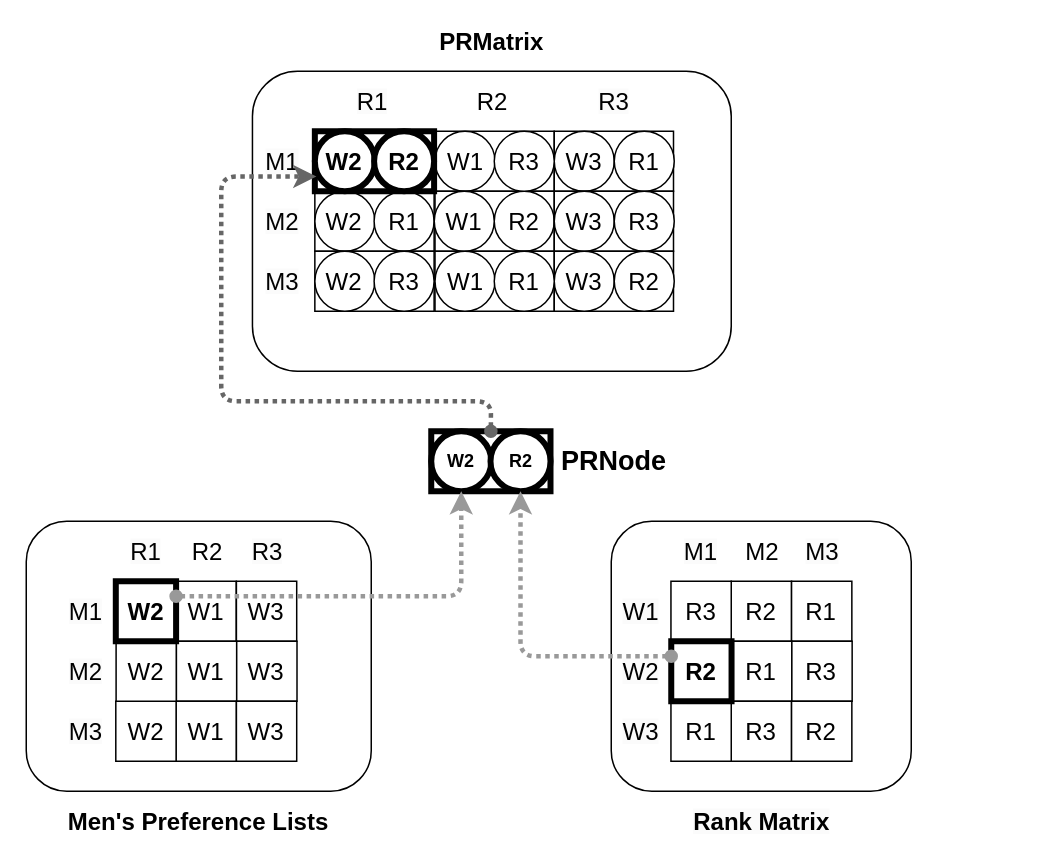
This is newPRMatrix.drawio from victorliu-sq/BambooSMP-Figures, a draw.io file, before an edit. Source tidied: cells renumbered, new cells numbered last; positions are measured from the earlier drawing's top-left corner, leaving out a move shared by most shapes. Both pictures are drawn from the tidied source at 150%, with x=0, y=0 at pixel (26, 26).
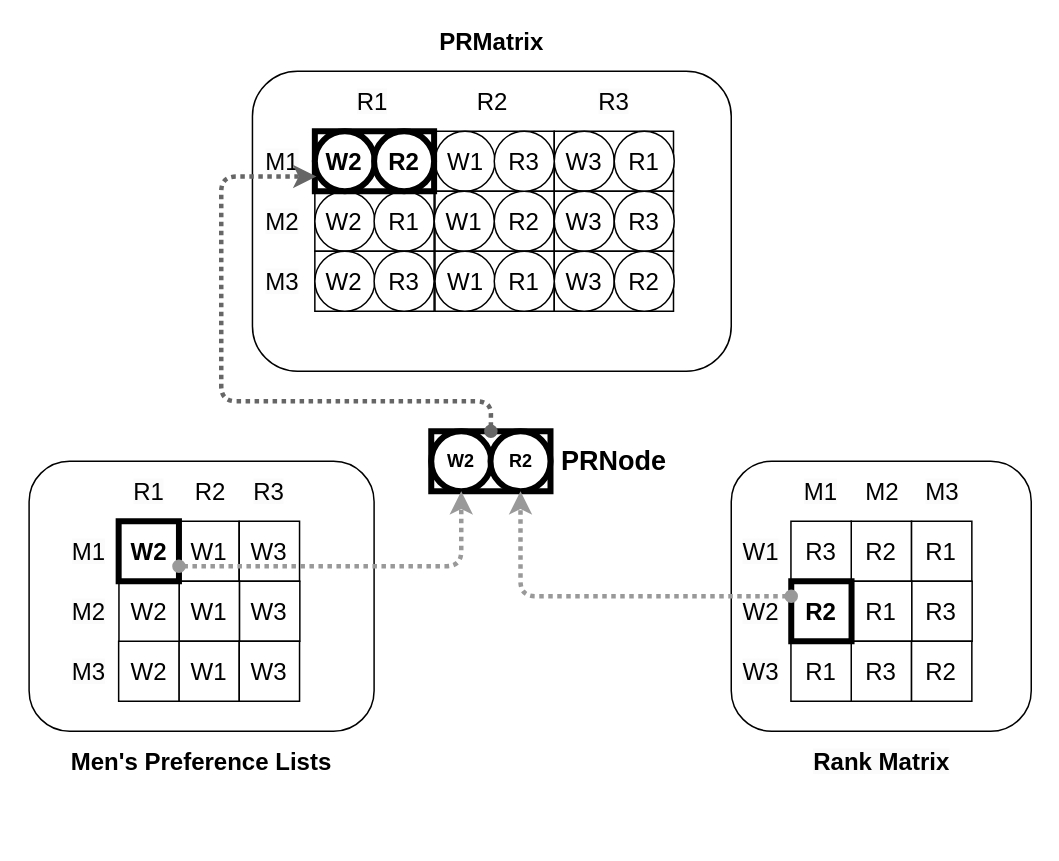
The same diagram, later.

The change refers to these unchanged cells:
```xml
<mxCell id="38" value="&lt;b&gt;W2&lt;/b&gt;" style="ellipse;whiteSpace=wrap;html=1;strokeWidth=4;" parent="1" vertex="1">
  <mxGeometry x="270" y="270" width="40" height="40" as="geometry" />
</mxCell>
<mxCell id="39" value="&lt;b&gt;R2&lt;/b&gt;" style="ellipse;whiteSpace=wrap;html=1;strokeWidth=4;" parent="1" vertex="1">
  <mxGeometry x="309.5" y="270" width="40" height="40" as="geometry" />
</mxCell>
```

Diff of the diagram source:
```diff
@@
     <mxCell id="2" style="rounded=1;whiteSpace=wrap;html=1;" parent="1" vertex="1">
-      <mxGeometry y="330" width="230" height="180" as="geometry" />
+      <mxGeometry x="1.9" y="290" width="230" height="180" as="geometry" />
     </mxCell>
     <mxCell id="3" style="rounded=1;whiteSpace=wrap;html=1;" parent="1" vertex="1">
-      <mxGeometry x="390" y="330" width="200" height="180" as="geometry" />
+      <mxGeometry x="470" y="290" width="200" height="180" as="geometry" />
     </mxCell>
@@
     <mxCell id="5" value="R2" style="rounded=0;whiteSpace=wrap;html=1;fontSize=16;" parent="1" vertex="1">
-      <mxGeometry x="470" y="370" width="40.2" height="40" as="geometry" />
+      <mxGeometry x="550" y="330" width="40.2" height="40" as="geometry" />
     </mxCell>
     <mxCell id="6" value="R1" style="rounded=0;whiteSpace=wrap;html=1;fontSize=16;" parent="1" vertex="1">
-      <mxGeometry x="510.2" y="370" width="40.2" height="40" as="geometry" />
+      <mxGeometry x="590.2" y="330" width="40.2" height="40" as="geometry" />
     </mxCell>
     <mxCell id="7" value="R1" style="rounded=0;whiteSpace=wrap;html=1;fontSize=16;" parent="1" vertex="1">
-      <mxGeometry x="470.2" y="410" width="40.2" height="40" as="geometry" />
+      <mxGeometry x="550.2" y="370" width="40.2" height="40" as="geometry" />
     </mxCell>
     <mxCell id="8" value="R3" style="rounded=0;whiteSpace=wrap;html=1;fontSize=16;" parent="1" vertex="1">
-      <mxGeometry x="510.4" y="410" width="40.2" height="40" as="geometry" />
+      <mxGeometry x="590.4" y="370" width="40.2" height="40" as="geometry" />
     </mxCell>
     <mxCell id="9" value="R3" style="rounded=0;whiteSpace=wrap;html=1;fontSize=16;" parent="1" vertex="1">
-      <mxGeometry x="470" y="450" width="40.2" height="40" as="geometry" />
+      <mxGeometry x="550" y="410" width="40.2" height="40" as="geometry" />
     </mxCell>
     <mxCell id="10" value="R2" style="rounded=0;whiteSpace=wrap;html=1;fontSize=16;" parent="1" vertex="1">
-      <mxGeometry x="510.2" y="450" width="40.2" height="40" as="geometry" />
+      <mxGeometry x="590.2" y="410" width="40.2" height="40" as="geometry" />
     </mxCell>
     <mxCell id="11" value="R1" style="rounded=0;whiteSpace=wrap;html=1;strokeWidth=1;fontSize=16;" parent="1" vertex="1">
-      <mxGeometry x="429.8" y="450" width="40.2" height="40" as="geometry" />
+      <mxGeometry x="509.8" y="410" width="40.2" height="40" as="geometry" />
     </mxCell>
     <mxCell id="12" value="R3" style="rounded=0;whiteSpace=wrap;html=1;strokeWidth=1;fontSize=16;" parent="1" vertex="1">
-      <mxGeometry x="429.8" y="370" width="40.2" height="40" as="geometry" />
+      <mxGeometry x="509.8" y="330" width="40.2" height="40" as="geometry" />
     </mxCell>
     <mxCell id="13" value="&lt;span style=&quot;color: rgb(0, 0, 0); font-family: Helvetica; font-size: 16px; font-style: normal; font-variant-ligatures: normal; font-variant-caps: normal; letter-spacing: normal; orphans: 2; text-indent: 0px; text-transform: none; widows: 2; word-spacing: 0px; -webkit-text-stroke-width: 0px; white-space: nowrap; background-color: rgb(251, 251, 251); text-decoration-thickness: initial; text-decoration-style: initial; text-decoration-color: initial; float: none; display: inline !important;&quot;&gt;Rank Matrix&lt;/span&gt;" style="text;whiteSpace=wrap;html=1;align=center;strokeColor=none;verticalAlign=middle;strokeWidth=0;fontSize=16;fontStyle=1;" parent="1" vertex="1">
-      <mxGeometry x="451.1" y="520" width="79.2" height="20" as="geometry" />
+      <mxGeometry x="531.1" y="480" width="79.2" height="20" as="geometry" />
     </mxCell>
     <mxCell id="14" value="&lt;span style=&quot;color: rgb(0, 0, 0); font-family: Helvetica; font-size: 16px; font-style: normal; font-variant-ligatures: normal; font-variant-caps: normal; font-weight: 400; letter-spacing: normal; orphans: 2; text-indent: 0px; text-transform: none; widows: 2; word-spacing: 0px; -webkit-text-stroke-width: 0px; white-space: normal; background-color: rgb(251, 251, 251); text-decoration-thickness: initial; text-decoration-style: initial; text-decoration-color: initial; float: none; display: inline !important;&quot;&gt;W1&lt;/span&gt;" style="text;whiteSpace=wrap;html=1;align=center;verticalAlign=middle;fontSize=16;" parent="1" vertex="1">
-      <mxGeometry x="390" y="370" width="40" height="40" as="geometry" />
+      <mxGeometry x="470" y="330" width="40" height="40" as="geometry" />
     </mxCell>
     <mxCell id="15" value="&lt;span style=&quot;color: rgb(0, 0, 0); font-family: Helvetica; font-size: 16px; font-style: normal; font-variant-ligatures: normal; font-variant-caps: normal; font-weight: 400; letter-spacing: normal; orphans: 2; text-indent: 0px; text-transform: none; widows: 2; word-spacing: 0px; -webkit-text-stroke-width: 0px; white-space: normal; background-color: rgb(251, 251, 251); text-decoration-thickness: initial; text-decoration-style: initial; text-decoration-color: initial; float: none; display: inline !important;&quot;&gt;W2&lt;/span&gt;" style="text;whiteSpace=wrap;html=1;align=center;verticalAlign=middle;fontSize=16;" parent="1" vertex="1">
-      <mxGeometry x="390" y="410" width="40" height="40" as="geometry" />
+      <mxGeometry x="470" y="370" width="40" height="40" as="geometry" />
     </mxCell>
     <mxCell id="16" value="&lt;span style=&quot;color: rgb(0, 0, 0); font-family: Helvetica; font-size: 16px; font-style: normal; font-variant-ligatures: normal; font-variant-caps: normal; font-weight: 400; letter-spacing: normal; orphans: 2; text-indent: 0px; text-transform: none; widows: 2; word-spacing: 0px; -webkit-text-stroke-width: 0px; white-space: normal; background-color: rgb(251, 251, 251); text-decoration-thickness: initial; text-decoration-style: initial; text-decoration-color: initial; float: none; display: inline !important;&quot;&gt;W3&lt;/span&gt;" style="text;whiteSpace=wrap;html=1;align=center;verticalAlign=middle;fontSize=16;" parent="1" vertex="1">
-      <mxGeometry x="390" y="450" width="40" height="40" as="geometry" />
+      <mxGeometry x="470" y="410" width="40" height="40" as="geometry" />
     </mxCell>
     <mxCell id="17" value="&lt;span style=&quot;color: rgb(0, 0, 0); font-family: Helvetica; font-size: 16px; font-style: normal; font-variant-ligatures: normal; font-variant-caps: normal; font-weight: 400; letter-spacing: normal; orphans: 2; text-indent: 0px; text-transform: none; widows: 2; word-spacing: 0px; -webkit-text-stroke-width: 0px; white-space: normal; background-color: rgb(251, 251, 251); text-decoration-thickness: initial; text-decoration-style: initial; text-decoration-color: initial; float: none; display: inline !important;&quot;&gt;M1&lt;/span&gt;" style="text;whiteSpace=wrap;html=1;align=center;verticalAlign=middle;fontSize=16;" parent="1" vertex="1">
-      <mxGeometry x="430.2" y="330" width="40" height="40" as="geometry" />
+      <mxGeometry x="510.2" y="290" width="40" height="40" as="geometry" />
     </mxCell>
     <mxCell id="18" value="M2" style="text;whiteSpace=wrap;html=1;align=center;verticalAlign=middle;fontSize=16;" parent="1" vertex="1">
-      <mxGeometry x="470.8" y="330" width="40" height="40" as="geometry" />
+      <mxGeometry x="550.8" y="290" width="40" height="40" as="geometry" />
     </mxCell>
     <mxCell id="19" value="&lt;span style=&quot;color: rgb(0, 0, 0); font-family: Helvetica; font-size: 16px; font-style: normal; font-variant-ligatures: normal; font-variant-caps: normal; font-weight: 400; letter-spacing: normal; orphans: 2; text-indent: 0px; text-transform: none; widows: 2; word-spacing: 0px; -webkit-text-stroke-width: 0px; white-space: normal; background-color: rgb(251, 251, 251); text-decoration-thickness: initial; text-decoration-style: initial; text-decoration-color: initial; float: none; display: inline !important;&quot;&gt;M3&lt;/span&gt;" style="text;whiteSpace=wrap;html=1;align=center;verticalAlign=middle;fontSize=16;" parent="1" vertex="1">
-      <mxGeometry x="510.6" y="330" width="40" height="40" as="geometry" />
+      <mxGeometry x="590.6" y="290" width="40" height="40" as="geometry" />
     </mxCell>
     <mxCell id="20" value="&lt;b style=&quot;font-size: 16px;&quot;&gt;R2&lt;/b&gt;" style="rounded=0;whiteSpace=wrap;html=1;strokeWidth=4;fontSize=16;" parent="1" vertex="1">
-      <mxGeometry x="430" y="410" width="40.2" height="40" as="geometry" />
+      <mxGeometry x="510" y="370" width="40.2" height="40" as="geometry" />
     </mxCell>
     <mxCell id="21" value="W1" style="rounded=0;whiteSpace=wrap;html=1;fontSize=16;" parent="1" vertex="1">
-      <mxGeometry x="99.9" y="370" width="40.1" height="40" as="geometry" />
+      <mxGeometry x="101.8" y="330" width="40.1" height="40" as="geometry" />
     </mxCell>
     <mxCell id="22" value="W3" style="rounded=0;whiteSpace=wrap;html=1;fontSize=16;" parent="1" vertex="1">
-      <mxGeometry x="140.1" y="370" width="40.2" height="40" as="geometry" />
+      <mxGeometry x="142" y="330" width="40.2" height="40" as="geometry" />
     </mxCell>
     <mxCell id="23" value="W1" style="rounded=0;whiteSpace=wrap;html=1;fontSize=16;" parent="1" vertex="1">
-      <mxGeometry x="100.1" y="410" width="40.2" height="40" as="geometry" />
+      <mxGeometry x="102" y="370" width="40.2" height="40" as="geometry" />
     </mxCell>
     <mxCell id="24" value="W3" style="rounded=0;whiteSpace=wrap;html=1;fontSize=16;" parent="1" vertex="1">
-      <mxGeometry x="140.3" y="410" width="40.2" height="40" as="geometry" />
+      <mxGeometry x="142.2" y="370" width="40.2" height="40" as="geometry" />
     </mxCell>
     <mxCell id="25" value="W1" style="rounded=0;whiteSpace=wrap;html=1;fontSize=16;" parent="1" vertex="1">
-      <mxGeometry x="99.9" y="450" width="40.2" height="40" as="geometry" />
+      <mxGeometry x="101.8" y="410" width="40.2" height="40" as="geometry" />
     </mxCell>
     <mxCell id="26" value="W3" style="rounded=0;whiteSpace=wrap;html=1;fontSize=16;" parent="1" vertex="1">
-      <mxGeometry x="140.1" y="450" width="40.2" height="40" as="geometry" />
+      <mxGeometry x="142" y="410" width="40.2" height="40" as="geometry" />
     </mxCell>
     <mxCell id="27" value="W2" style="rounded=0;whiteSpace=wrap;html=1;strokeWidth=1;fontSize=16;" parent="1" vertex="1">
-      <mxGeometry x="59.7" y="450" width="40.2" height="40" as="geometry" />
+      <mxGeometry x="61.6" y="410" width="40.2" height="40" as="geometry" />
     </mxCell>
     <mxCell id="28" value="&lt;span style=&quot;font-size: 16px; text-wrap: nowrap;&quot;&gt;&lt;span style=&quot;font-size: 16px;&quot;&gt;Men's Preference Lists&lt;/span&gt;&lt;/span&gt;" style="text;whiteSpace=wrap;html=1;align=center;strokeColor=none;verticalAlign=middle;strokeWidth=0;fontSize=16;fontStyle=1;" parent="1" vertex="1">
-      <mxGeometry x="15" y="520" width="200.1" height="20" as="geometry" />
+      <mxGeometry x="16.9" y="480" width="200.1" height="20" as="geometry" />
     </mxCell>
     <mxCell id="29" value="&lt;span style=&quot;color: rgb(0, 0, 0); font-family: Helvetica; font-size: 16px; font-style: normal; font-variant-ligatures: normal; font-variant-caps: normal; font-weight: 400; letter-spacing: normal; orphans: 2; text-indent: 0px; text-transform: none; widows: 2; word-spacing: 0px; -webkit-text-stroke-width: 0px; white-space: normal; background-color: rgb(251, 251, 251); text-decoration-thickness: initial; text-decoration-style: initial; text-decoration-color: initial; float: none; display: inline !important;&quot;&gt;M1&lt;/span&gt;" style="text;whiteSpace=wrap;html=1;align=center;verticalAlign=middle;fontSize=16;" parent="1" vertex="1">
-      <mxGeometry x="19.9" y="370" width="40" height="40" as="geometry" />
+      <mxGeometry x="21.8" y="330" width="40" height="40" as="geometry" />
     </mxCell>
     <mxCell id="30" value="&lt;span style=&quot;color: rgb(0, 0, 0); font-family: Helvetica; font-size: 16px; font-style: normal; font-variant-ligatures: normal; font-variant-caps: normal; font-weight: 400; letter-spacing: normal; orphans: 2; text-indent: 0px; text-transform: none; widows: 2; word-spacing: 0px; -webkit-text-stroke-width: 0px; white-space: normal; background-color: rgb(251, 251, 251); text-decoration-thickness: initial; text-decoration-style: initial; text-decoration-color: initial; float: none; display: inline !important;&quot;&gt;M2&lt;/span&gt;" style="text;whiteSpace=wrap;html=1;align=center;verticalAlign=middle;fontSize=16;" parent="1" vertex="1">
-      <mxGeometry x="19.9" y="410" width="40" height="40" as="geometry" />
+      <mxGeometry x="21.8" y="370" width="40" height="40" as="geometry" />
     </mxCell>
     <mxCell id="31" value="&lt;span style=&quot;color: rgb(0, 0, 0); font-family: Helvetica; font-size: 16px; font-style: normal; font-variant-ligatures: normal; font-variant-caps: normal; font-weight: 400; letter-spacing: normal; orphans: 2; text-indent: 0px; text-transform: none; widows: 2; word-spacing: 0px; -webkit-text-stroke-width: 0px; white-space: normal; background-color: rgb(251, 251, 251); text-decoration-thickness: initial; text-decoration-style: initial; text-decoration-color: initial; float: none; display: inline !important;&quot;&gt;M3&lt;/span&gt;" style="text;whiteSpace=wrap;html=1;align=center;verticalAlign=middle;fontSize=16;" parent="1" vertex="1">
-      <mxGeometry x="19.9" y="450" width="40" height="40" as="geometry" />
+      <mxGeometry x="21.8" y="410" width="40" height="40" as="geometry" />
     </mxCell>
     <mxCell id="32" value="&lt;span style=&quot;color: rgb(0, 0, 0); font-family: Helvetica; font-size: 16px; font-style: normal; font-variant-ligatures: normal; font-variant-caps: normal; font-weight: 400; letter-spacing: normal; orphans: 2; text-indent: 0px; text-transform: none; widows: 2; word-spacing: 0px; -webkit-text-stroke-width: 0px; white-space: normal; background-color: rgb(251, 251, 251); text-decoration-thickness: initial; text-decoration-style: initial; text-decoration-color: initial; float: none; display: inline !important;&quot;&gt;R1&lt;/span&gt;" style="text;whiteSpace=wrap;html=1;align=center;verticalAlign=middle;fontSize=16;" parent="1" vertex="1">
-      <mxGeometry x="60.1" y="330" width="40" height="40" as="geometry" />
+      <mxGeometry x="62" y="290" width="40" height="40" as="geometry" />
     </mxCell>
     <mxCell id="33" value="R2" style="text;whiteSpace=wrap;html=1;align=center;verticalAlign=middle;fontSize=16;" parent="1" vertex="1">
-      <mxGeometry x="100.7" y="330" width="40" height="40" as="geometry" />
+      <mxGeometry x="102.6" y="290" width="40" height="40" as="geometry" />
     </mxCell>
     <mxCell id="34" value="&lt;span style=&quot;color: rgb(0, 0, 0); font-family: Helvetica; font-size: 16px; font-style: normal; font-variant-ligatures: normal; font-variant-caps: normal; font-weight: 400; letter-spacing: normal; orphans: 2; text-indent: 0px; text-transform: none; widows: 2; word-spacing: 0px; -webkit-text-stroke-width: 0px; white-space: normal; background-color: rgb(251, 251, 251); text-decoration-thickness: initial; text-decoration-style: initial; text-decoration-color: initial; float: none; display: inline !important;&quot;&gt;R3&lt;/span&gt;" style="text;whiteSpace=wrap;html=1;align=center;verticalAlign=middle;fontSize=16;" parent="1" vertex="1">
-      <mxGeometry x="140.5" y="330" width="40" height="40" as="geometry" />
+      <mxGeometry x="142.4" y="290" width="40" height="40" as="geometry" />
     </mxCell>
     <mxCell id="35" value="W2" style="rounded=0;whiteSpace=wrap;html=1;strokeWidth=1;fontSize=16;" parent="1" vertex="1">
-      <mxGeometry x="59.9" y="410" width="40.1" height="40" as="geometry" />
+      <mxGeometry x="61.8" y="370" width="40.1" height="40" as="geometry" />
     </mxCell>
@@
     <mxCell id="37" value="&lt;b style=&quot;font-size: 16px;&quot;&gt;W2&lt;/b&gt;" style="rounded=0;whiteSpace=wrap;html=1;strokeWidth=4;fontSize=16;" parent="1" vertex="1">
-      <mxGeometry x="59.7" y="370" width="40.2" height="40" as="geometry" />
+      <mxGeometry x="61.6" y="330" width="40.2" height="40" as="geometry" />
     </mxCell>
@@
     <mxCell id="75" style="edgeStyle=orthogonalEdgeStyle;rounded=1;jettySize=auto;html=1;entryX=0.5;entryY=1;entryDx=0;entryDy=0;strokeWidth=3;strokeColor=#999999;dashed=1;endArrow=classic;endFill=1;curved=0;startArrow=oval;startFill=1;dashPattern=1 1;exitX=0;exitY=0.25;exitDx=0;exitDy=0;" parent="1" edge="1" source="20" target="39">
       <mxGeometry relative="1" as="geometry">
         <Array as="points">
-          <mxPoint x="330" y="420" />
+          <mxPoint x="330" y="380" />
         </Array>
       </mxGeometry>
     </mxCell>
-    <mxCell id="76" style="edgeStyle=orthogonalEdgeStyle;rounded=1;jettySize=auto;html=1;strokeWidth=3;strokeColor=#999999;dashed=1;endArrow=classic;endFill=1;curved=0;startArrow=oval;startFill=1;dashPattern=1 1;exitX=0;exitY=0.25;exitDx=0;exitDy=0;" parent="1" edge="1" source="21" target="38">
+    <mxCell id="76" style="edgeStyle=orthogonalEdgeStyle;rounded=1;jettySize=auto;html=1;strokeWidth=3;strokeColor=#999999;dashed=1;endArrow=classic;endFill=1;curved=0;startArrow=oval;startFill=1;dashPattern=1 1;exitX=1;exitY=0.75;exitDx=0;exitDy=0;" parent="1" edge="1" source="37" target="38">
       <mxGeometry relative="1" as="geometry">
         <Array as="points">
-          <mxPoint x="290" y="380" />
+          <mxPoint x="290" y="360" />
         </Array>
       </mxGeometry>
     </mxCell>
```
